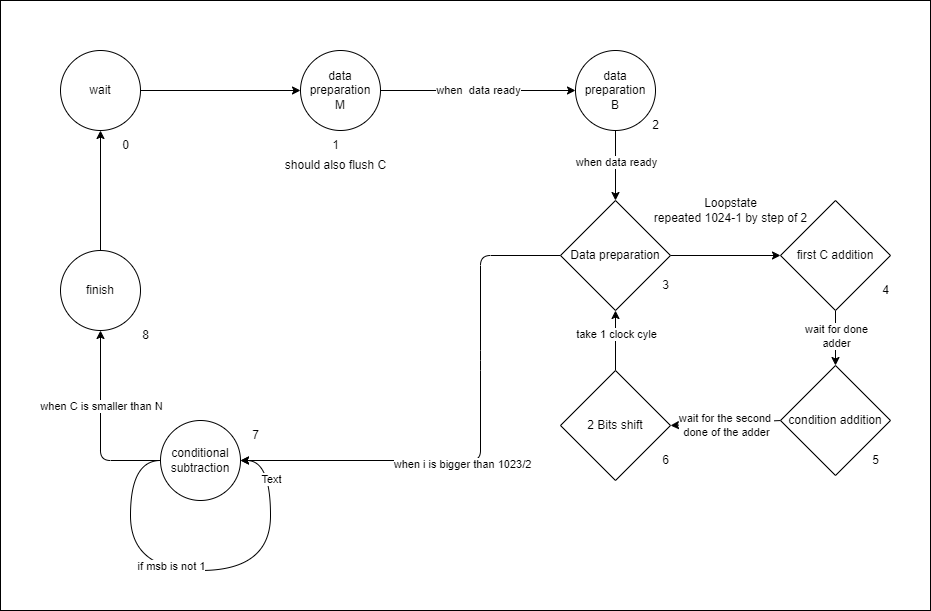
Tfloow/Montgomery keeps this draw.io diagram as fsm.png. Above is the earlier version. Source tidied: cells renumbered, new cells last; positions are measured from the earlier drawing's top-left corner, leaving out a move shared by most shapes.
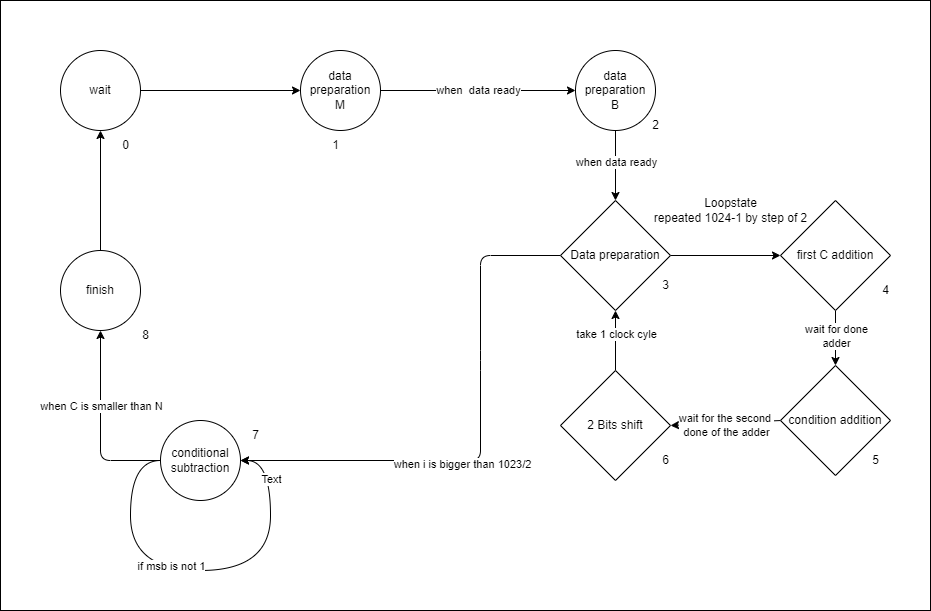
The same diagram one commit later.

Change to the diagram source:
```diff
@@ -107,9 +107,6 @@
     <mxCell id="29" value="Loopstate&lt;br&gt;repeated 1024-1 by step of 2" style="text;html=1;align=center;verticalAlign=middle;strokeColor=none;fillColor=none;" parent="1" vertex="1">
       <mxGeometry x="640" y="190" width="180" height="40" as="geometry" />
     </mxCell>
-    <mxCell id="30" value="&lt;div style=&quot;text-align: justify;&quot;&gt;&lt;span style=&quot;background-color: initial;&quot;&gt;should also flush C&lt;/span&gt;&lt;/div&gt;" style="text;html=1;align=center;verticalAlign=middle;strokeColor=none;fillColor=none;" parent="1" vertex="1">
-      <mxGeometry x="275" y="150" width="120" height="30" as="geometry" />
-    </mxCell>
     <mxCell id="31" value="0" style="text;html=1;align=center;verticalAlign=middle;strokeColor=none;fillColor=none;" parent="1" vertex="1">
       <mxGeometry x="110" y="130" width="30" height="30" as="geometry" />
     </mxCell>
```
